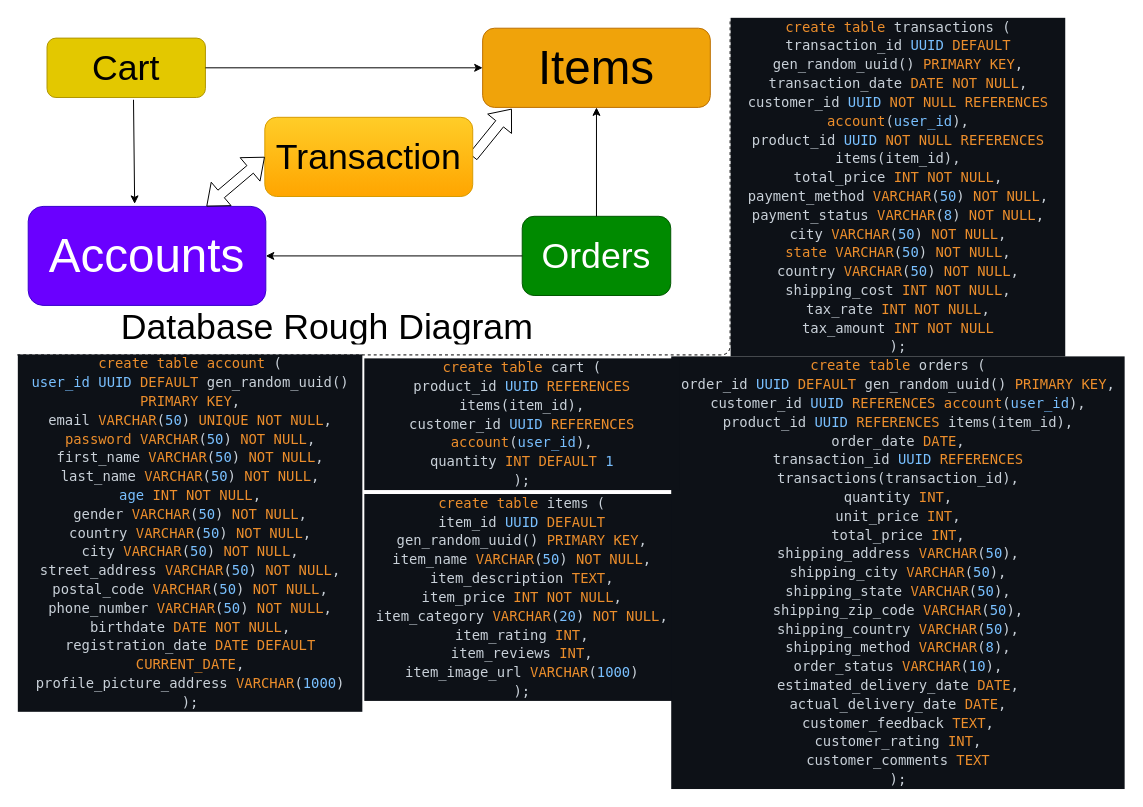
The draw.io diagram database/Book-Store-database.drawio in adisawant2005/Book_Store_Web_Back_End, before the edit. Source tidied: cells renumbered, new cells numbered last; positions are measured from the earlier drawing's top-left corner, leaving out a move shared by most shapes. Both pictures are drawn from the tidied source at 99%, with x=0, y=0 at pixel (17, 18).
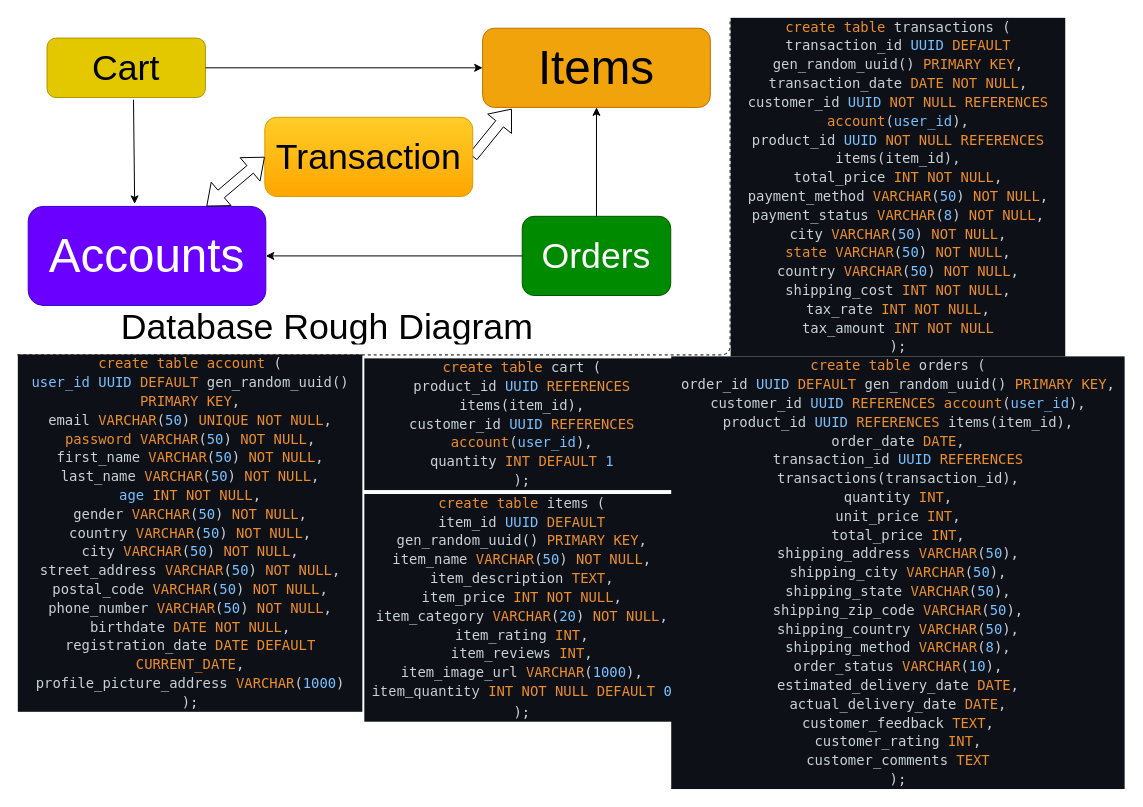
The same page after the edit.

Commit message (it also covers changes not shown here):
updated cart & item

Change to the diagram source:
```diff
@@
-    <mxCell id="12" value="&lt;div style=&quot;color: rgb(230, 237, 243); background-color: rgb(13, 17, 23); font-family: &amp;quot;Fira Code&amp;quot;, &amp;quot;Droid Sans Mono&amp;quot;, &amp;quot;monospace&amp;quot;, monospace, &amp;quot;Droid Sans Mono&amp;quot;, &amp;quot;monospace&amp;quot;, monospace; font-weight: normal; font-size: 14px; line-height: 19px;&quot;&gt;&lt;div style=&quot;color: rgb(201, 209, 217); line-height: 19px;&quot;&gt;&lt;div&gt;&lt;span style=&quot;color: #ec8e2c;&quot;&gt;create&lt;/span&gt; &lt;span style=&quot;color: #ec8e2c;&quot;&gt;table&lt;/span&gt; items (&lt;/div&gt;&lt;div&gt;  item_id &lt;span style=&quot;color: #79c0ff;&quot;&gt;UUID&lt;/span&gt; &lt;span style=&quot;color: #ec8e2c;&quot;&gt;DEFAULT&lt;/span&gt; gen_random_uuid() &lt;span style=&quot;color: #ec8e2c;&quot;&gt;PRIMARY&lt;/span&gt; &lt;span style=&quot;color: #ec8e2c;&quot;&gt;KEY&lt;/span&gt;,&lt;/div&gt;&lt;div&gt;  item_name &lt;span style=&quot;color: #ec8e2c;&quot;&gt;VARCHAR&lt;/span&gt;(&lt;span style=&quot;color: #79c0ff;&quot;&gt;50&lt;/span&gt;) &lt;span style=&quot;color: #ec8e2c;&quot;&gt;NOT&lt;/span&gt; &lt;span style=&quot;color: #ec8e2c;&quot;&gt;NULL&lt;/span&gt;,&lt;/div&gt;&lt;div&gt;  item_description &lt;span style=&quot;color: #ec8e2c;&quot;&gt;TEXT&lt;/span&gt;,&lt;/div&gt;&lt;div&gt;  item_price &lt;span style=&quot;color: #ec8e2c;&quot;&gt;INT&lt;/span&gt; &lt;span style=&quot;color: #ec8e2c;&quot;&gt;NOT&lt;/span&gt; &lt;span style=&quot;color: #ec8e2c;&quot;&gt;NULL&lt;/span&gt;,&lt;/div&gt;&lt;div&gt;  item_category &lt;span style=&quot;color: #ec8e2c;&quot;&gt;VARCHAR&lt;/span&gt;(&lt;span style=&quot;color: #79c0ff;&quot;&gt;20&lt;/span&gt;) &lt;span style=&quot;color: #ec8e2c;&quot;&gt;NOT&lt;/span&gt; &lt;span style=&quot;color: #ec8e2c;&quot;&gt;NULL&lt;/span&gt;,&lt;/div&gt;&lt;div&gt;  item_rating &lt;span style=&quot;color: #ec8e2c;&quot;&gt;INT&lt;/span&gt;,&lt;/div&gt;&lt;div&gt;  item_reviews &lt;span style=&quot;color: #ec8e2c;&quot;&gt;INT&lt;/span&gt;,&lt;/div&gt;&lt;div&gt;  item_image_url &lt;span style=&quot;color: #ec8e2c;&quot;&gt;VARCHAR&lt;/span&gt;(&lt;span style=&quot;color: #79c0ff;&quot;&gt;1000&lt;/span&gt;)&lt;/div&gt;&lt;div&gt;);&lt;/div&gt;&lt;/div&gt;&lt;/div&gt;" style="text;html=1;strokeColor=none;fillColor=none;align=center;verticalAlign=middle;whiteSpace=wrap;rounded=0;" parent="1" vertex="1">
-      <mxGeometry x="350" y="480" width="320" height="210" as="geometry" />
+    <mxCell id="12" value="&lt;div style=&quot;background-color: rgb(13, 17, 23); line-height: 19px;&quot;&gt;&lt;div style=&quot;line-height: 19px;&quot;&gt;&lt;div style=&quot;color: rgb(201, 209, 217); font-family: &amp;quot;Fira Code&amp;quot;, &amp;quot;Droid Sans Mono&amp;quot;, &amp;quot;monospace&amp;quot;, monospace, &amp;quot;Droid Sans Mono&amp;quot;, &amp;quot;monospace&amp;quot;, monospace; font-size: 14px; font-weight: normal;&quot;&gt;&lt;span style=&quot;color: #ec8e2c;&quot;&gt;create&lt;/span&gt; &lt;span style=&quot;color: #ec8e2c;&quot;&gt;table&lt;/span&gt; items (&lt;/div&gt;&lt;div style=&quot;color: rgb(201, 209, 217); font-family: &amp;quot;Fira Code&amp;quot;, &amp;quot;Droid Sans Mono&amp;quot;, &amp;quot;monospace&amp;quot;, monospace, &amp;quot;Droid Sans Mono&amp;quot;, &amp;quot;monospace&amp;quot;, monospace; font-size: 14px; font-weight: normal;&quot;&gt;  item_id &lt;span style=&quot;color: #79c0ff;&quot;&gt;UUID&lt;/span&gt; &lt;span style=&quot;color: #ec8e2c;&quot;&gt;DEFAULT&lt;/span&gt; gen_random_uuid() &lt;span style=&quot;color: #ec8e2c;&quot;&gt;PRIMARY&lt;/span&gt; &lt;span style=&quot;color: #ec8e2c;&quot;&gt;KEY&lt;/span&gt;,&lt;/div&gt;&lt;div style=&quot;color: rgb(201, 209, 217); font-family: &amp;quot;Fira Code&amp;quot;, &amp;quot;Droid Sans Mono&amp;quot;, &amp;quot;monospace&amp;quot;, monospace, &amp;quot;Droid Sans Mono&amp;quot;, &amp;quot;monospace&amp;quot;, monospace; font-size: 14px; font-weight: normal;&quot;&gt;  item_name &lt;span style=&quot;color: #ec8e2c;&quot;&gt;VARCHAR&lt;/span&gt;(&lt;span style=&quot;color: #79c0ff;&quot;&gt;50&lt;/span&gt;) &lt;span style=&quot;color: #ec8e2c;&quot;&gt;NOT&lt;/span&gt; &lt;span style=&quot;color: #ec8e2c;&quot;&gt;NULL&lt;/span&gt;,&lt;/div&gt;&lt;div style=&quot;color: rgb(201, 209, 217); font-family: &amp;quot;Fira Code&amp;quot;, &amp;quot;Droid Sans Mono&amp;quot;, &amp;quot;monospace&amp;quot;, monospace, &amp;quot;Droid Sans Mono&amp;quot;, &amp;quot;monospace&amp;quot;, monospace; font-size: 14px; font-weight: normal;&quot;&gt;  item_description &lt;span style=&quot;color: #ec8e2c;&quot;&gt;TEXT&lt;/span&gt;,&lt;/div&gt;&lt;div style=&quot;color: rgb(201, 209, 217); font-family: &amp;quot;Fira Code&amp;quot;, &amp;quot;Droid Sans Mono&amp;quot;, &amp;quot;monospace&amp;quot;, monospace, &amp;quot;Droid Sans Mono&amp;quot;, &amp;quot;monospace&amp;quot;, monospace; font-size: 14px; font-weight: normal;&quot;&gt;  item_price &lt;span style=&quot;color: #ec8e2c;&quot;&gt;INT&lt;/span&gt; &lt;span style=&quot;color: #ec8e2c;&quot;&gt;NOT&lt;/span&gt; &lt;span style=&quot;color: #ec8e2c;&quot;&gt;NULL&lt;/span&gt;,&lt;/div&gt;&lt;div style=&quot;color: rgb(201, 209, 217); font-family: &amp;quot;Fira Code&amp;quot;, &amp;quot;Droid Sans Mono&amp;quot;, &amp;quot;monospace&amp;quot;, monospace, &amp;quot;Droid Sans Mono&amp;quot;, &amp;quot;monospace&amp;quot;, monospace; font-size: 14px; font-weight: normal;&quot;&gt;  item_category &lt;span style=&quot;color: #ec8e2c;&quot;&gt;VARCHAR&lt;/span&gt;(&lt;span style=&quot;color: #79c0ff;&quot;&gt;20&lt;/span&gt;) &lt;span style=&quot;color: #ec8e2c;&quot;&gt;NOT&lt;/span&gt; &lt;span style=&quot;color: #ec8e2c;&quot;&gt;NULL&lt;/span&gt;,&lt;/div&gt;&lt;div style=&quot;color: rgb(201, 209, 217); font-family: &amp;quot;Fira Code&amp;quot;, &amp;quot;Droid Sans Mono&amp;quot;, &amp;quot;monospace&amp;quot;, monospace, &amp;quot;Droid Sans Mono&amp;quot;, &amp;quot;monospace&amp;quot;, monospace; font-size: 14px; font-weight: normal;&quot;&gt;  item_rating &lt;span style=&quot;color: #ec8e2c;&quot;&gt;INT&lt;/span&gt;,&lt;/div&gt;&lt;div style=&quot;color: rgb(201, 209, 217); font-family: &amp;quot;Fira Code&amp;quot;, &amp;quot;Droid Sans Mono&amp;quot;, &amp;quot;monospace&amp;quot;, monospace, &amp;quot;Droid Sans Mono&amp;quot;, &amp;quot;monospace&amp;quot;, monospace; font-size: 14px; font-weight: normal;&quot;&gt;  item_reviews &lt;span style=&quot;color: #ec8e2c;&quot;&gt;INT&lt;/span&gt;,&lt;/div&gt;&lt;div style=&quot;color: rgb(201, 209, 217); font-family: &amp;quot;Fira Code&amp;quot;, &amp;quot;Droid Sans Mono&amp;quot;, &amp;quot;monospace&amp;quot;, monospace, &amp;quot;Droid Sans Mono&amp;quot;, &amp;quot;monospace&amp;quot;, monospace; font-size: 14px; font-weight: normal;&quot;&gt;  item_image_url &lt;span style=&quot;color: #ec8e2c;&quot;&gt;VARCHAR&lt;/span&gt;(&lt;span style=&quot;color: #79c0ff;&quot;&gt;1000&lt;/span&gt;),&lt;/div&gt;&lt;div style=&quot;&quot;&gt;&lt;font face=&quot;Fira Code, Droid Sans Mono, monospace, monospace, Droid Sans Mono, monospace, monospace&quot; color=&quot;#c9d1d9&quot;&gt;&lt;span style=&quot;font-size: 14px;&quot;&gt;item_quantity&amp;nbsp;&lt;/span&gt;&lt;/font&gt;&lt;span style=&quot;font-family: &amp;quot;Fira Code&amp;quot;, &amp;quot;Droid Sans Mono&amp;quot;, &amp;quot;monospace&amp;quot;, monospace, &amp;quot;Droid Sans Mono&amp;quot;, &amp;quot;monospace&amp;quot;, monospace; font-size: 14px; color: rgb(236, 142, 44);&quot;&gt;INT&lt;/span&gt;&lt;span style=&quot;color: rgb(201, 209, 217); font-family: &amp;quot;Fira Code&amp;quot;, &amp;quot;Droid Sans Mono&amp;quot;, &amp;quot;monospace&amp;quot;, monospace, &amp;quot;Droid Sans Mono&amp;quot;, &amp;quot;monospace&amp;quot;, monospace; font-size: 14px;&quot;&gt;&amp;nbsp;&lt;/span&gt;&lt;span style=&quot;font-family: &amp;quot;Fira Code&amp;quot;, &amp;quot;Droid Sans Mono&amp;quot;, &amp;quot;monospace&amp;quot;, monospace, &amp;quot;Droid Sans Mono&amp;quot;, &amp;quot;monospace&amp;quot;, monospace; font-size: 14px; color: rgb(236, 142, 44);&quot;&gt;NOT&lt;/span&gt;&lt;span style=&quot;color: rgb(201, 209, 217); font-family: &amp;quot;Fira Code&amp;quot;, &amp;quot;Droid Sans Mono&amp;quot;, &amp;quot;monospace&amp;quot;, monospace, &amp;quot;Droid Sans Mono&amp;quot;, &amp;quot;monospace&amp;quot;, monospace; font-size: 14px;&quot;&gt;&amp;nbsp;&lt;/span&gt;&lt;span style=&quot;font-family: &amp;quot;Fira Code&amp;quot;, &amp;quot;Droid Sans Mono&amp;quot;, &amp;quot;monospace&amp;quot;, monospace, &amp;quot;Droid Sans Mono&amp;quot;, &amp;quot;monospace&amp;quot;, monospace; font-size: 14px; color: rgb(236, 142, 44);&quot;&gt;NULL&lt;/span&gt;&lt;font face=&quot;Fira Code, Droid Sans Mono, monospace, monospace, Droid Sans Mono, monospace, monospace&quot; color=&quot;#c9d1d9&quot;&gt;&lt;span style=&quot;font-size: 14px;&quot;&gt;&amp;nbsp;&lt;/span&gt;&lt;/font&gt;&lt;span style=&quot;color: rgb(236, 142, 44); font-family: &amp;quot;Fira Code&amp;quot;, &amp;quot;Droid Sans Mono&amp;quot;, &amp;quot;monospace&amp;quot;, monospace, &amp;quot;Droid Sans Mono&amp;quot;, &amp;quot;monospace&amp;quot;, monospace; font-size: 14px;&quot;&gt;DEFAULT&lt;/span&gt;&lt;font face=&quot;Fira Code, Droid Sans Mono, monospace, monospace, Droid Sans Mono, monospace, monospace&quot; color=&quot;#c9d1d9&quot;&gt;&lt;span style=&quot;font-size: 14px;&quot;&gt;&amp;nbsp;&lt;/span&gt;&lt;/font&gt;&lt;span style=&quot;color: rgb(121, 192, 255); font-family: &amp;quot;Fira Code&amp;quot;, &amp;quot;Droid Sans Mono&amp;quot;, &amp;quot;monospace&amp;quot;, monospace, &amp;quot;Droid Sans Mono&amp;quot;, &amp;quot;monospace&amp;quot;, monospace; font-size: 14px;&quot;&gt;0&lt;/span&gt;&lt;br&gt;&lt;/div&gt;&lt;div style=&quot;color: rgb(201, 209, 217); font-family: &amp;quot;Fira Code&amp;quot;, &amp;quot;Droid Sans Mono&amp;quot;, &amp;quot;monospace&amp;quot;, monospace, &amp;quot;Droid Sans Mono&amp;quot;, &amp;quot;monospace&amp;quot;, monospace; font-size: 14px; font-weight: normal;&quot;&gt;);&lt;/div&gt;&lt;/div&gt;&lt;/div&gt;" style="text;html=1;strokeColor=none;fillColor=none;align=center;verticalAlign=middle;whiteSpace=wrap;rounded=0;" parent="1" vertex="1">
+      <mxGeometry x="350" y="480" width="320" height="230" as="geometry" />
     </mxCell>
```
